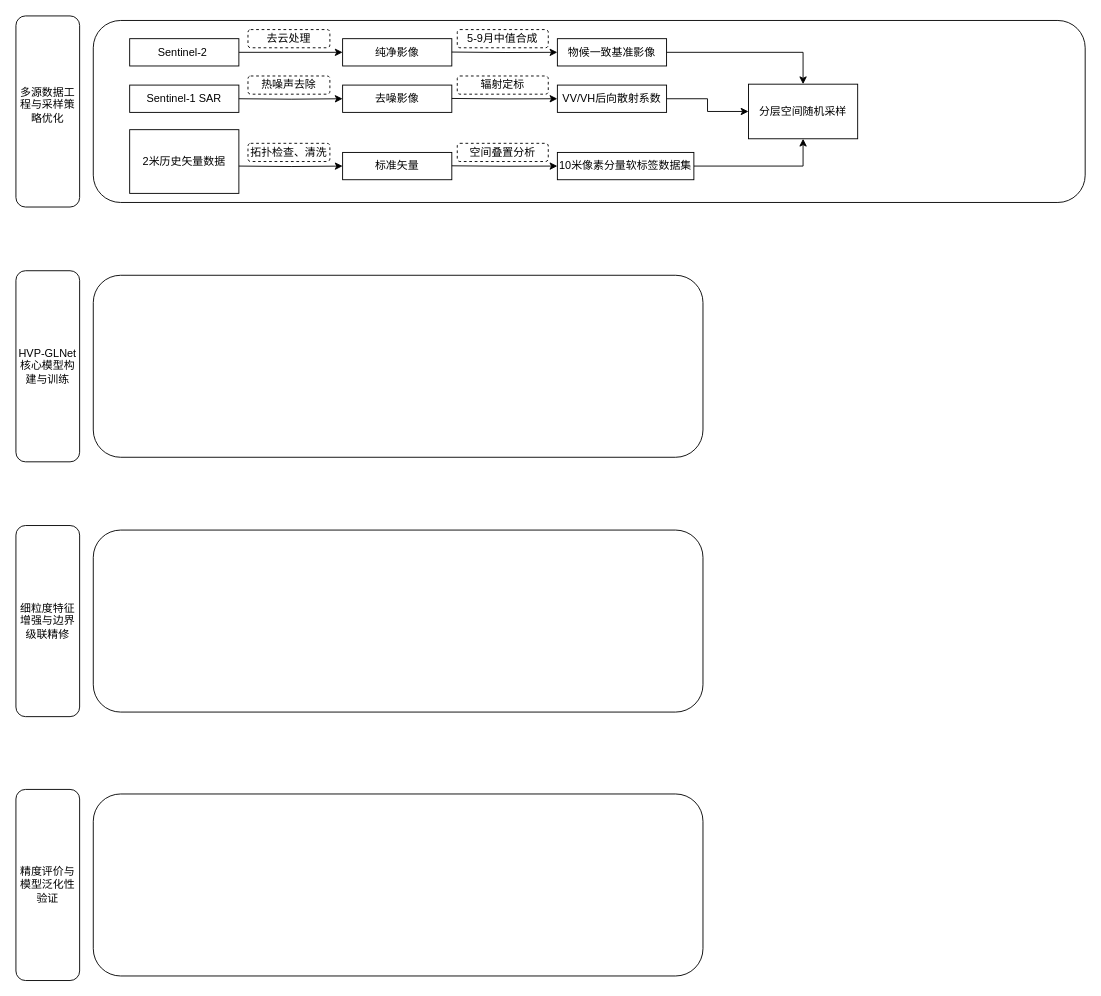
Before: 技术路线.drawio in jayzky/GEE-code, a draw.io diagram. Source tidied: cells renumbered, new cells numbered last; positions are measured from the earlier drawing's top-left corner, leaving out a move shared by most shapes. Both pictures are drawn from the tidied source at 91%, with x=0, y=0 at pixel (-48, 20).
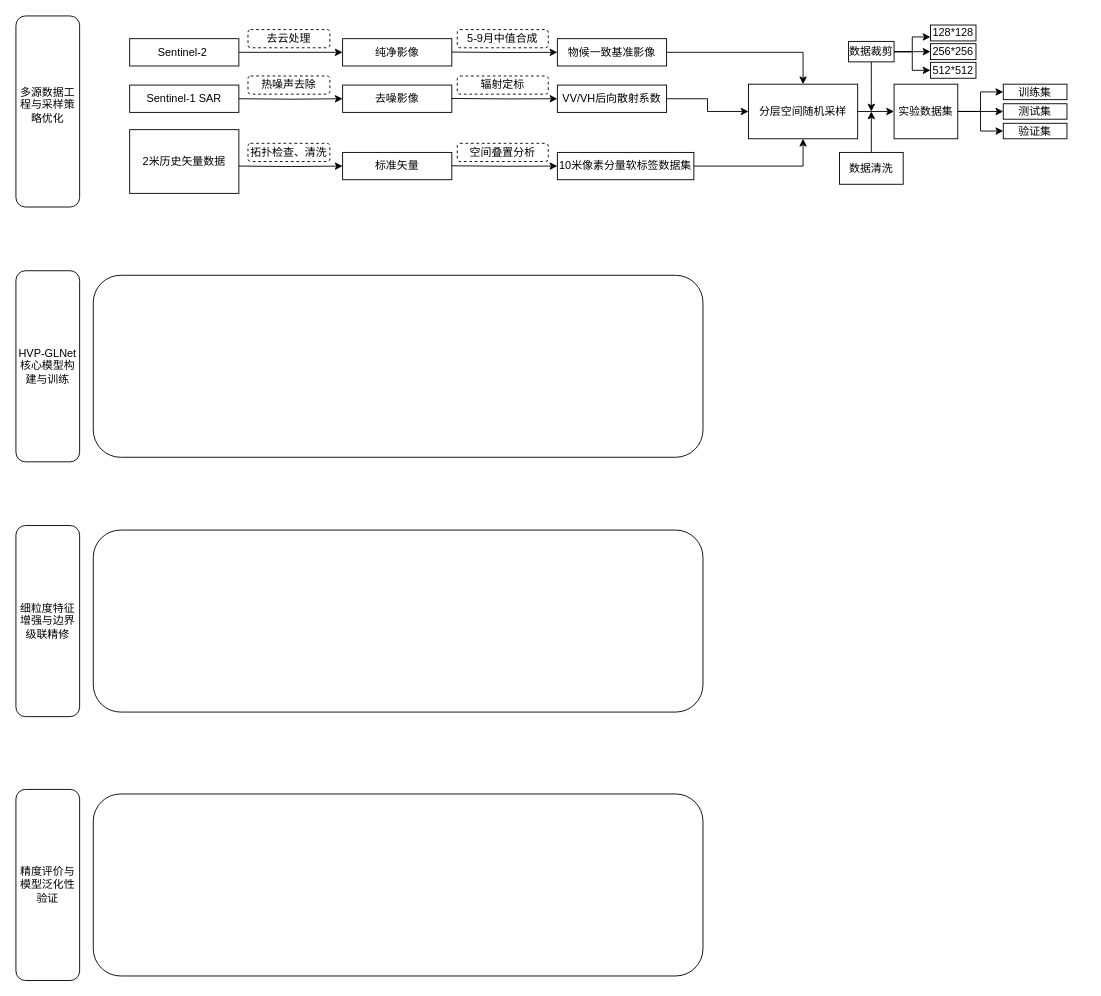
After the change.

Commit message (it also covers changes not shown here):
更新技术路线.drawio

The change refers to these unchanged cells:
```xml
<mxCell id="34" value="分层空间随机采样" style="rounded=0;whiteSpace=wrap;html=1;" parent="1" vertex="1">
  <mxGeometry x="875" y="70" width="120" height="60" as="geometry" />
</mxCell>
```

Change to the diagram source:
```diff
@@
-    <mxCell id="2" style="rounded=1;whiteSpace=wrap;html=1;" parent="1" vertex="1">
-      <mxGeometry x="155" width="1090" height="200" as="geometry" />
-    </mxCell>
@@
+    <mxCell id="35" style="edgeStyle=orthogonalEdgeStyle;rounded=0;jettySize=auto;html=1;entryX=0;entryY=0.5;entryDx=0;entryDy=0;" parent="1" edge="1" source="34" target="39">
+      <mxGeometry relative="1" as="geometry" />
+    </mxCell>
@@
+    <mxCell id="36" style="edgeStyle=orthogonalEdgeStyle;rounded=0;jettySize=auto;html=1;entryX=0;entryY=0.5;entryDx=0;entryDy=0;" parent="1" edge="1" source="39" target="50">
+      <mxGeometry relative="1" as="geometry" />
+    </mxCell>
+    <mxCell id="37" style="edgeStyle=orthogonalEdgeStyle;rounded=0;jettySize=auto;html=1;entryX=0;entryY=0.5;entryDx=0;entryDy=0;" parent="1" edge="1" source="39" target="51">
+      <mxGeometry relative="1" as="geometry" />
+    </mxCell>
+    <mxCell id="38" style="edgeStyle=orthogonalEdgeStyle;rounded=0;jettySize=auto;html=1;entryX=0;entryY=0.5;entryDx=0;entryDy=0;" parent="1" edge="1" source="39" target="52">
+      <mxGeometry relative="1" as="geometry" />
+    </mxCell>
+    <mxCell id="39" value="实验数据集" style="rounded=0;whiteSpace=wrap;html=1;" parent="1" vertex="1">
+      <mxGeometry x="1035" y="70" width="70" height="60" as="geometry" />
+    </mxCell>
+    <mxCell id="40" style="edgeStyle=orthogonalEdgeStyle;rounded=0;jettySize=auto;html=1;" parent="1" edge="1" source="44">
+      <mxGeometry relative="1" as="geometry">
+        <mxPoint x="1010" y="100" as="targetPoint" />
+      </mxGeometry>
+    </mxCell>
+    <mxCell id="41" style="edgeStyle=orthogonalEdgeStyle;rounded=0;jettySize=auto;html=1;entryX=0;entryY=0.75;entryDx=0;entryDy=0;" parent="1" edge="1" source="44" target="47">
+      <mxGeometry relative="1" as="geometry" />
+    </mxCell>
+    <mxCell id="42" style="edgeStyle=orthogonalEdgeStyle;rounded=0;jettySize=auto;html=1;entryX=0;entryY=0.5;entryDx=0;entryDy=0;" parent="1" edge="1" source="44" target="48">
+      <mxGeometry relative="1" as="geometry" />
+    </mxCell>
+    <mxCell id="43" style="edgeStyle=orthogonalEdgeStyle;rounded=0;jettySize=auto;html=1;entryX=0;entryY=0.5;entryDx=0;entryDy=0;" parent="1" edge="1" source="44" target="49">
+      <mxGeometry relative="1" as="geometry" />
+    </mxCell>
+    <mxCell id="44" value="数据裁剪" style="rounded=0;whiteSpace=wrap;html=1;" parent="1" vertex="1">
+      <mxGeometry x="985" y="23" width="50" height="22.5" as="geometry" />
+    </mxCell>
+    <mxCell id="45" style="edgeStyle=orthogonalEdgeStyle;rounded=0;jettySize=auto;html=1;" parent="1" edge="1" source="46">
+      <mxGeometry relative="1" as="geometry">
+        <mxPoint x="1010" y="100" as="targetPoint" />
+      </mxGeometry>
+    </mxCell>
+    <mxCell id="46" value="数据清洗" style="rounded=0;whiteSpace=wrap;html=1;" parent="1" vertex="1">
+      <mxGeometry x="975" y="145" width="70" height="35" as="geometry" />
+    </mxCell>
+    <mxCell id="47" value="128*128" style="rounded=0;whiteSpace=wrap;html=1;" parent="1" vertex="1">
+      <mxGeometry x="1075" y="5" width="50" height="17.5" as="geometry" />
+    </mxCell>
+    <mxCell id="48" value="256*256" style="rounded=0;whiteSpace=wrap;html=1;" parent="1" vertex="1">
+      <mxGeometry x="1075" y="25.5" width="50" height="17.5" as="geometry" />
+    </mxCell>
+    <mxCell id="49" value="512*512" style="rounded=0;whiteSpace=wrap;html=1;" parent="1" vertex="1">
+      <mxGeometry x="1075" y="46" width="50" height="17.5" as="geometry" />
+    </mxCell>
+    <mxCell id="50" value="训练集" style="rounded=0;whiteSpace=wrap;html=1;" parent="1" vertex="1">
+      <mxGeometry x="1155" y="70" width="70" height="17" as="geometry" />
+    </mxCell>
+    <mxCell id="51" value="测试集" style="rounded=0;whiteSpace=wrap;html=1;" parent="1" vertex="1">
+      <mxGeometry x="1155" y="91.5" width="70" height="17" as="geometry" />
+    </mxCell>
+    <mxCell id="52" value="验证集" style="rounded=0;whiteSpace=wrap;html=1;" parent="1" vertex="1">
+      <mxGeometry x="1155" y="113" width="70" height="17" as="geometry" />
+    </mxCell>
```
